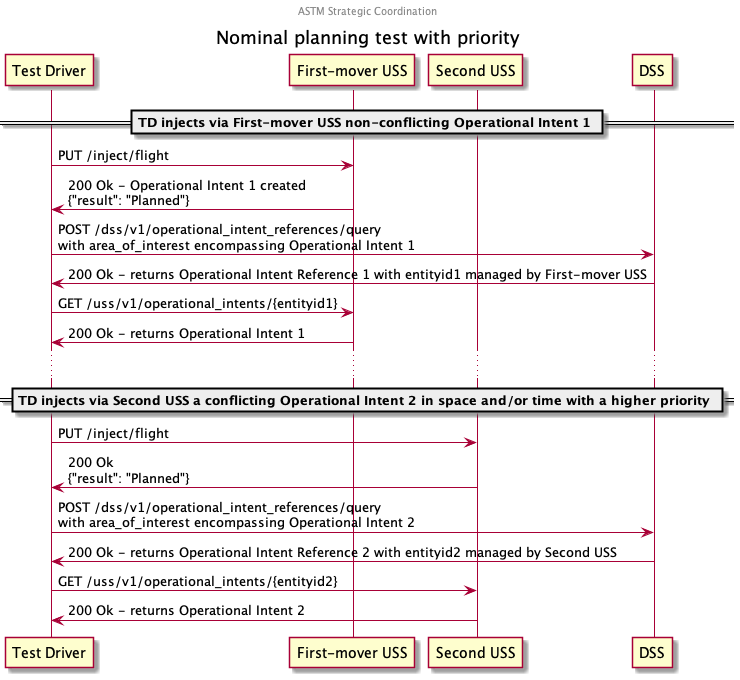
interuss/dss keeps this PlantUML diagram as interfaces/automated-testing/scd/design/astm-strategic-coordination/nominal-planning-priority/sequence.png. Above is the earlier version.
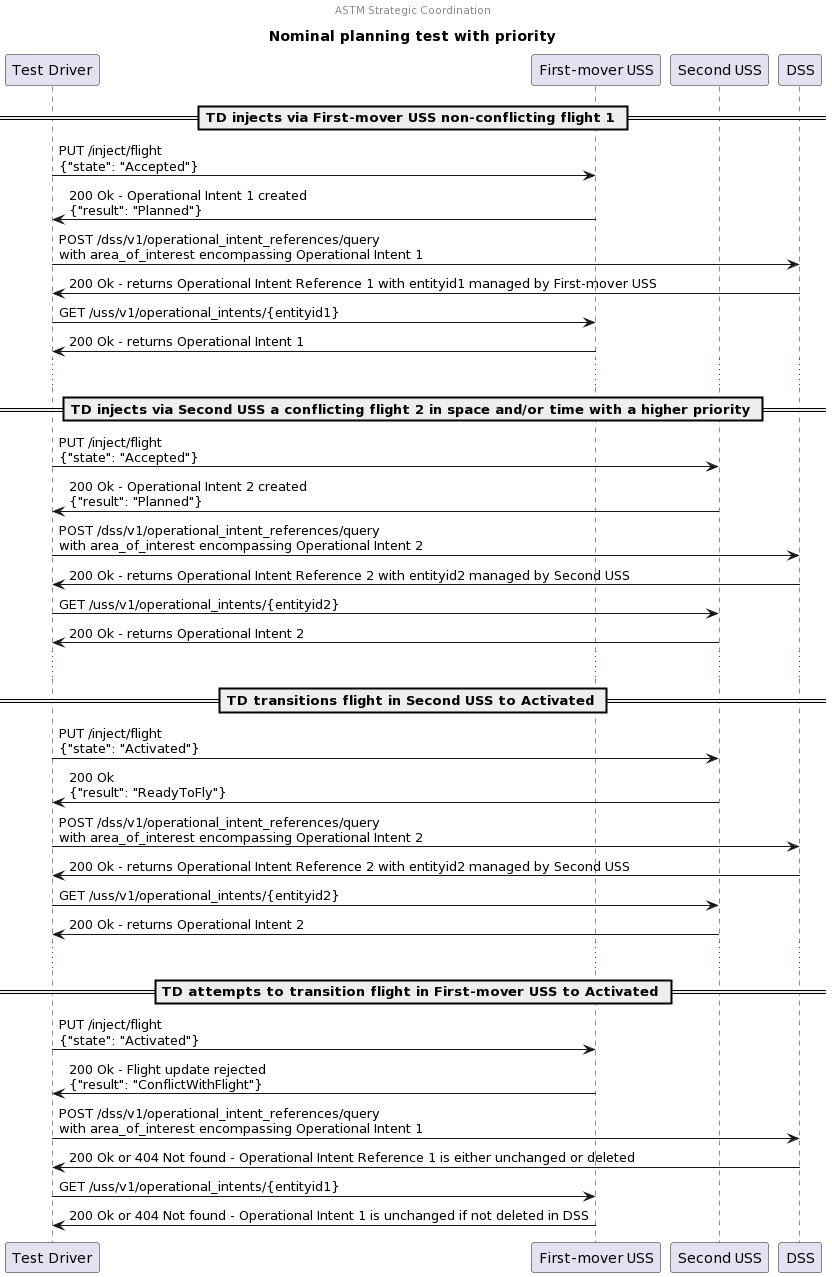
Later version of the same file.

What changed in the source:
```diff
@@ -7,9 +7,9 @@
 participant "Second USS" as USS2
 participant "DSS"
 
-== TD injects via First-mover USS non-conflicting Operational Intent 1 ==
+== TD injects via First-mover USS non-conflicting flight 1 ==
 
-TD -> USS1: PUT /inject/flight
+TD -> USS1: PUT /inject/flight\n{"state": "Accepted"}
 TD <- USS1: 200 Ok - Operational Intent 1 created\n{"result": "Planned"}
 
 TD -> DSS: POST /dss/v1/operational_intent_references/query\nwith area_of_interest encompassing Operational Intent 1
@@ -20,10 +20,10 @@
 
 ...
 
-== TD injects via Second USS a conflicting Operational Intent 2 in space and/or time with a higher priority ==
+== TD injects via Second USS a conflicting flight 2 in space and/or time with a higher priority ==
 
-TD -> USS2: PUT /inject/flight
-TD <- USS2: 200 Ok\n{"result": "Planned"}
+TD -> USS2: PUT /inject/flight\n{"state": "Accepted"}
+TD <- USS2: 200 Ok - Operational Intent 2 created\n{"result": "Planned"}
 
 TD -> DSS: POST /dss/v1/operational_intent_references/query\nwith area_of_interest encompassing Operational Intent 2
 TD <- DSS: 200 Ok - returns Operational Intent Reference 2 with entityid2 managed by Second USS
@@ -31,4 +31,29 @@
 TD -> USS2: GET /uss/v1/operational_intents/{entityid2}
 TD <- USS2: 200 Ok - returns Operational Intent 2
 
+...
+
+== TD transitions flight in Second USS to Activated ==
+
+TD -> USS2: PUT /inject/flight\n{"state": "Activated"}
+TD <- USS2: 200 Ok\n{"result": "ReadyToFly"}
+
+TD -> DSS: POST /dss/v1/operational_intent_references/query\nwith area_of_interest encompassing Operational Intent 2
+TD <- DSS: 200 Ok - returns Operational Intent Reference 2 with entityid2 managed by Second USS
+
+TD -> USS2: GET /uss/v1/operational_intents/{entityid2}
+TD <- USS2: 200 Ok - returns Operational Intent 2
+
+...
+
+== TD attempts to transition flight in First-mover USS to Activated ==
+
+TD -> USS1: PUT /inject/flight\n{"state": "Activated"}
+TD <- USS1: 200 Ok - Flight update rejected\n{"result": "ConflictWithFlight"}
+
+TD -> DSS: POST /dss/v1/operational_intent_references/query\nwith area_of_interest encompassing Operational Intent 1
+TD <- DSS: 200 Ok or 404 Not found - Operational Intent Reference 1 is either unchanged or deleted
+
+TD -> USS1: GET /uss/v1/operational_intents/{entityid1}
+TD <- USS1: 200 Ok or 404 Not found - Operational Intent 1 is unchanged if not deleted in DSS
 @enduml
```
